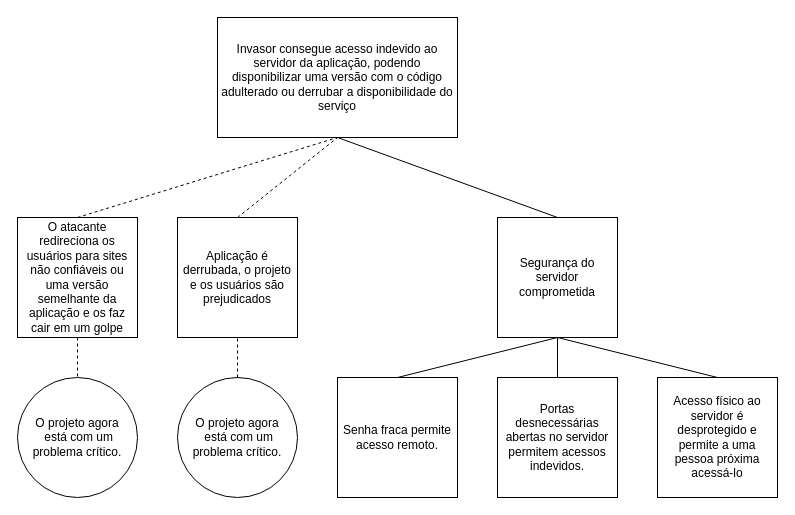
Above: ArvoreRiscoOWASP.drawio in luca-moraes/atividade3SegInfo (draw.io), before the change. Source tidied: cells renumbered, new cells numbered last; positions are measured from the earlier drawing's top-left corner, leaving out a move shared by most shapes. Both pictures are drawn from the tidied source at 100%, with x=0, y=0 at pixel (17, 17).
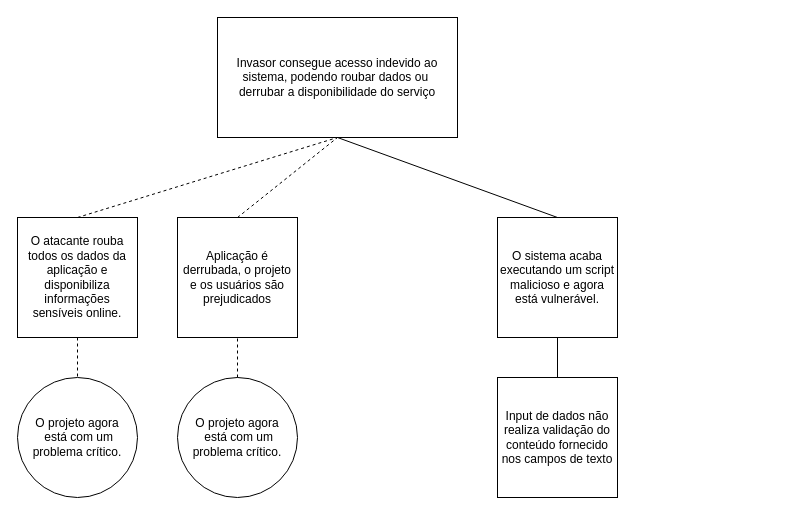
Above is the later version.

The edit, as a diff of the source:
```diff
@@
 <mxGraphModel>
   <root>
     <mxCell id="0" />
     <mxCell id="1" parent="0" />
-    <mxCell id="2" value="Invasor consegue acesso indevido ao servidor da aplicação, podendo disponibilizar uma versão com o código adulterado ou derrubar a disponibilidade do serviço" style="rounded=0;whiteSpace=wrap;html=1;" parent="1" vertex="1">
+    <mxCell id="2" value="Invasor consegue acesso indevido ao sistema, podendo roubar dados ou&amp;nbsp;&lt;div&gt;derrubar a disponibilidade do serviço&lt;/div&gt;" style="rounded=0;whiteSpace=wrap;html=1;" parent="1" vertex="1">
       <mxGeometry x="200" width="240" height="120" as="geometry" />
     </mxCell>
     <mxCell id="3" value="O projeto agora&lt;div&gt;&amp;nbsp;está com um problema crítico.&lt;/div&gt;" style="ellipse;whiteSpace=wrap;html=1;" parent="1" vertex="1">
       <mxGeometry y="360" width="120" height="120" as="geometry" />
     </mxCell>
     <mxCell id="4" style="endArrow=none;dashed=1;html=1;rounded=0;exitX=0.5;exitY=1;exitDx=0;exitDy=0;entryX=0.5;entryY=0;entryDx=0;entryDy=0;" parent="1" edge="1" source="11" target="3">
       <mxGeometry relative="1" as="geometry" />
     </mxCell>
-    <mxCell id="5" value="Segurança do servidor comprometida" style="whiteSpace=wrap;html=1;" parent="1" vertex="1">
+    <mxCell id="5" value="O sistema acaba executando um script malicioso e agora está vulnerável." style="whiteSpace=wrap;html=1;" parent="1" vertex="1">
       <mxGeometry x="480" y="200" width="120" height="120" as="geometry" />
     </mxCell>
-    <mxCell id="6" value="Senha fraca permite acesso remoto." style="whiteSpace=wrap;html=1;" parent="1" vertex="1">
-      <mxGeometry x="320" y="360" width="120" height="120" as="geometry" />
-    </mxCell>
-    <mxCell id="7" style="endArrow=none;html=1;rounded=0;entryX=0.5;entryY=1;entryDx=0;entryDy=0;exitX=0.5;exitY=0;exitDx=0;exitDy=0;" parent="1" edge="1" source="6" target="5">
-      <mxGeometry relative="1" as="geometry" />
-    </mxCell>
     <mxCell id="8" style="endArrow=none;html=1;rounded=0;entryX=0.5;entryY=1;entryDx=0;entryDy=0;exitX=0.5;exitY=0;exitDx=0;exitDy=0;" parent="1" edge="1" source="5" target="2">
       <mxGeometry relative="1" as="geometry" />
     </mxCell>
-    <mxCell id="9" value="Portas desnecessárias abertas no servidor permitem acessos indevidos." style="whiteSpace=wrap;html=1;" parent="1" vertex="1">
+    <mxCell id="9" value="Input de dados não realiza validação do conteúdo fornecido nos campos de texto" style="whiteSpace=wrap;html=1;" parent="1" vertex="1">
       <mxGeometry x="480" y="360" width="120" height="120" as="geometry" />
     </mxCell>
     <mxCell id="10" style="endArrow=none;html=1;rounded=0;entryX=0.5;entryY=1;entryDx=0;entryDy=0;exitX=0.5;exitY=0;exitDx=0;exitDy=0;" parent="1" edge="1" source="9" target="5">
       <mxGeometry relative="1" as="geometry" />
     </mxCell>
-    <mxCell id="11" value="O atacante redireciona os usuários para sites não confiáveis ou uma versão semelhante da aplicação e os faz cair em um golpe" style="whiteSpace=wrap;html=1;" parent="1" vertex="1">
+    <mxCell id="11" value="O atacante rouba todos os dados da aplicação e disponibiliza informações sensíveis online." style="whiteSpace=wrap;html=1;" parent="1" vertex="1">
       <mxGeometry y="200" width="120" height="120" as="geometry" />
     </mxCell>
     <mxCell id="12" style="endArrow=none;dashed=1;html=1;rounded=0;entryX=0.5;entryY=1;entryDx=0;entryDy=0;exitX=0.5;exitY=0;exitDx=0;exitDy=0;" parent="1" edge="1" source="13" target="2">
       <mxGeometry relative="1" as="geometry" />
     </mxCell>
     <mxCell id="13" value="Aplicação é derrubada, o projeto e os usuários são prejudicados" style="whiteSpace=wrap;html=1;" parent="1" vertex="1">
       <mxGeometry x="160" y="200" width="120" height="120" as="geometry" />
     </mxCell>
     <mxCell id="14" value="O projeto agora&lt;div&gt;&amp;nbsp;está com um problema crítico.&lt;/div&gt;" style="ellipse;whiteSpace=wrap;html=1;" parent="1" vertex="1">
       <mxGeometry x="160" y="360" width="120" height="120" as="geometry" />
     </mxCell>
     <mxCell id="15" style="endArrow=none;dashed=1;html=1;rounded=0;entryX=0.5;entryY=1;entryDx=0;entryDy=0;exitX=0.5;exitY=0;exitDx=0;exitDy=0;" parent="1" edge="1" source="14" target="13">
       <mxGeometry relative="1" as="geometry" />
     </mxCell>
     <mxCell id="16" style="endArrow=none;dashed=1;html=1;rounded=0;entryX=0.5;entryY=1;entryDx=0;entryDy=0;exitX=0.5;exitY=0;exitDx=0;exitDy=0;" parent="1" edge="1" source="11" target="2">
       <mxGeometry relative="1" as="geometry" />
     </mxCell>
-    <mxCell id="17" value="Acesso físico ao servidor é desprotegido e permite a uma pessoa próxima acessá-lo" style="whiteSpace=wrap;html=1;" parent="1" vertex="1">
-      <mxGeometry x="640" y="360" width="120" height="120" as="geometry" />
-    </mxCell>
-    <mxCell id="18" style="endArrow=none;html=1;rounded=0;entryX=0.5;entryY=1;entryDx=0;entryDy=0;exitX=0.5;exitY=0;exitDx=0;exitDy=0;" parent="1" edge="1" source="17" target="5">
-      <mxGeometry relative="1" as="geometry" />
-    </mxCell>
   </root>
 </mxGraphModel>
```
